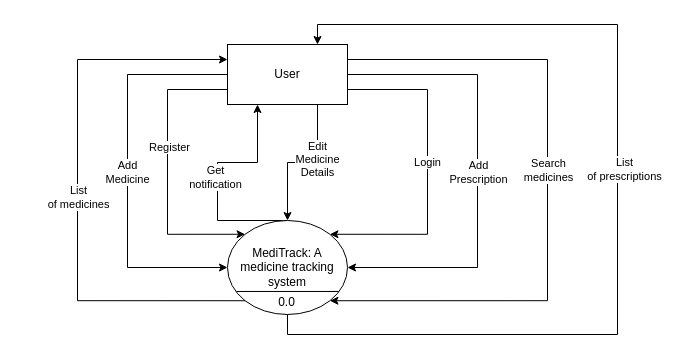
SJPatel123/CP-III keeps this draw.io diagram as DFD_Level-0_Diagram.drawio. Above is the earlier version. Source tidied: cells renumbered, new cells numbered last; positions are measured from the earlier drawing's top-left corner, leaving out a move shared by most shapes. Both pictures are drawn from the tidied source at 100%, with x=0, y=0 at pixel (77, 24).
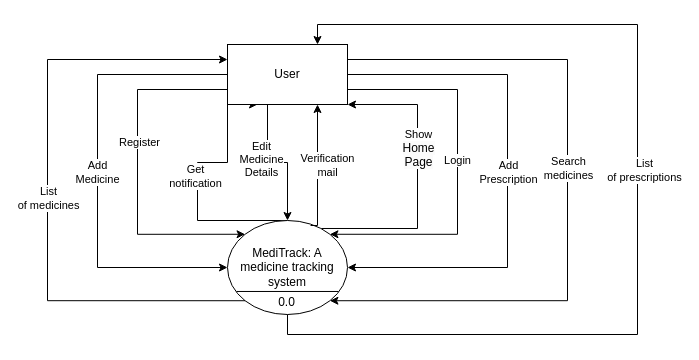
Above is the later version.

The change refers to these unchanged cells:
```xml
<mxCell id="4" value="MediTrack: A medicine tracking system" style="ellipse;whiteSpace=wrap;html=1;" parent="1" vertex="1">
  <mxGeometry x="150" y="196" width="120" height="94" as="geometry" />
</mxCell>
<mxCell id="19" value="User" style="rounded=0;whiteSpace=wrap;html=1;" parent="1" vertex="1">
  <mxGeometry x="150" y="20" width="120" height="60" as="geometry" />
</mxCell>
```

Diff of the diagram source:
```diff
@@
     <mxCell id="2" style="edgeStyle=orthogonalEdgeStyle;rounded=0;jettySize=auto;html=1;exitX=0.5;exitY=0;exitDx=0;exitDy=0;entryX=0.25;entryY=1;entryDx=0;entryDy=0;" parent="1" edge="1" source="4" target="19">
       <mxGeometry relative="1" as="geometry">
         <Array as="points">
-          <mxPoint x="140" y="196" />
-          <mxPoint x="140" y="138" />
-          <mxPoint x="180" y="138" />
+          <mxPoint x="120" y="196" />
+          <mxPoint x="120" y="138" />
+          <mxPoint x="150" y="138" />
         </Array>
       </mxGeometry>
     </mxCell>
@@
     <mxCell id="5" style="edgeStyle=orthogonalEdgeStyle;rounded=0;jettySize=auto;html=1;exitX=0;exitY=0.5;exitDx=0;exitDy=0;entryX=0;entryY=0.5;entryDx=0;entryDy=0;" parent="1" edge="1" source="19" target="4">
       <mxGeometry relative="1" as="geometry">
         <Array as="points">
-          <mxPoint x="50" y="50" />
-          <mxPoint x="50" y="243" />
+          <mxPoint x="20" y="50" />
+          <mxPoint x="20" y="243" />
         </Array>
       </mxGeometry>
     </mxCell>
@@
     <mxCell id="7" style="edgeStyle=orthogonalEdgeStyle;rounded=0;jettySize=auto;html=1;exitX=1;exitY=0.5;exitDx=0;exitDy=0;entryX=1;entryY=0.5;entryDx=0;entryDy=0;" parent="1" edge="1" source="19" target="4">
       <mxGeometry relative="1" as="geometry">
         <Array as="points">
-          <mxPoint x="400" y="50" />
-          <mxPoint x="400" y="243" />
+          <mxPoint x="430" y="50" />
+          <mxPoint x="430" y="243" />
         </Array>
       </mxGeometry>
     </mxCell>
@@
     <mxCell id="9" style="edgeStyle=orthogonalEdgeStyle;rounded=0;jettySize=auto;html=1;exitX=1;exitY=0.25;exitDx=0;exitDy=0;entryX=1;entryY=1;entryDx=0;entryDy=0;" parent="1" edge="1" source="19" target="4">
       <mxGeometry relative="1" as="geometry">
         <Array as="points">
-          <mxPoint x="470" y="35" />
-          <mxPoint x="470" y="276" />
+          <mxPoint x="490" y="35" />
+          <mxPoint x="490" y="276" />
         </Array>
       </mxGeometry>
     </mxCell>
@@
     <mxCell id="11" style="edgeStyle=orthogonalEdgeStyle;rounded=0;jettySize=auto;html=1;exitX=0;exitY=1;exitDx=0;exitDy=0;entryX=0;entryY=0.25;entryDx=0;entryDy=0;" parent="1" edge="1" source="4" target="19">
       <mxGeometry relative="1" as="geometry">
         <Array as="points">
-          <mxPoint y="276" />
-          <mxPoint y="35" />
+          <mxPoint x="-30" y="276" />
+          <mxPoint x="-30" y="35" />
         </Array>
       </mxGeometry>
     </mxCell>
@@
     <mxCell id="13" style="edgeStyle=orthogonalEdgeStyle;rounded=0;jettySize=auto;html=1;exitX=0.5;exitY=1;exitDx=0;exitDy=0;entryX=0.75;entryY=0;entryDx=0;entryDy=0;" parent="1" edge="1" source="4" target="19">
       <mxGeometry relative="1" as="geometry">
         <Array as="points">
           <mxPoint x="210" y="310" />
-          <mxPoint x="540" y="310" />
-          <mxPoint x="540" />
+          <mxPoint x="560" y="310" />
+          <mxPoint x="560" />
           <mxPoint x="240" />
         </Array>
       </mxGeometry>
     </mxCell>
@@
     <mxCell id="15" style="edgeStyle=orthogonalEdgeStyle;rounded=0;jettySize=auto;html=1;exitX=0;exitY=0.75;exitDx=0;exitDy=0;entryX=0;entryY=0;entryDx=0;entryDy=0;" parent="1" edge="1" source="19" target="4">
       <mxGeometry relative="1" as="geometry">
         <Array as="points">
-          <mxPoint x="90" y="65" />
-          <mxPoint x="90" y="210" />
+          <mxPoint x="60" y="65" />
+          <mxPoint x="60" y="210" />
         </Array>
       </mxGeometry>
     </mxCell>
@@
     <mxCell id="17" style="edgeStyle=orthogonalEdgeStyle;rounded=0;jettySize=auto;html=1;exitX=1;exitY=0.75;exitDx=0;exitDy=0;entryX=1;entryY=0;entryDx=0;entryDy=0;" parent="1" edge="1" source="19" target="4">
       <mxGeometry relative="1" as="geometry">
         <Array as="points">
-          <mxPoint x="350" y="65" />
-          <mxPoint x="350" y="210" />
+          <mxPoint x="380" y="65" />
+          <mxPoint x="380" y="210" />
         </Array>
       </mxGeometry>
     </mxCell>
@@
     <mxCell id="22" style="edgeStyle=orthogonalEdgeStyle;rounded=0;jettySize=auto;html=1;exitX=0.5;exitY=1;exitDx=0;exitDy=0;entryX=0.5;entryY=0;entryDx=0;entryDy=0;" parent="1" edge="1" source="19" target="4">
       <mxGeometry relative="1" as="geometry">
         <Array as="points">
-          <mxPoint x="240" y="80" />
-          <mxPoint x="240" y="138" />
+          <mxPoint x="190" y="80" />
+          <mxPoint x="190" y="138" />
           <mxPoint x="210" y="138" />
         </Array>
       </mxGeometry>
     </mxCell>
     <mxCell id="23" value="Edit&lt;br&gt;Medicine&lt;br&gt;Details" style="edgeLabel;html=1;align=center;verticalAlign=middle;" parent="22" vertex="1">
-      <mxGeometry x="-0.05" y="-1" relative="1" as="geometry" />
+      <mxGeometry x="-0.05" y="-1" relative="1" as="geometry">
+        <mxPoint x="-6" as="offset" />
+      </mxGeometry>
     </mxCell>
+    <mxCell id="24" style="edgeStyle=orthogonalEdgeStyle;rounded=0;jettySize=auto;html=1;exitX=0.783;exitY=0.085;exitDx=0;exitDy=0;entryX=1;entryY=1;entryDx=0;entryDy=0;exitPerimeter=0;" parent="1" edge="1" source="4" target="19">
+      <mxGeometry relative="1" as="geometry">
+        <Array as="points">
+          <mxPoint x="340" y="204" />
+          <mxPoint x="340" y="80" />
+        </Array>
+      </mxGeometry>
+    </mxCell>
+    <mxCell id="25" value="Show&lt;br style=&quot;border-color: var(--border-color); font-size: 12px; background-color: rgb(251, 251, 251);&quot;&gt;&lt;span style=&quot;font-size: 12px; background-color: rgb(251, 251, 251);&quot;&gt;Home&lt;/span&gt;&lt;br style=&quot;border-color: var(--border-color); font-size: 12px; background-color: rgb(251, 251, 251);&quot;&gt;&lt;span style=&quot;font-size: 12px; background-color: rgb(251, 251, 251);&quot;&gt;Page&lt;/span&gt;" style="edgeLabel;html=1;align=center;verticalAlign=middle;" parent="24" vertex="1">
+      <mxGeometry x="0.22" relative="1" as="geometry" />
+    </mxCell>
+    <mxCell id="26" style="edgeStyle=orthogonalEdgeStyle;rounded=0;jettySize=auto;html=1;exitX=0.692;exitY=0.053;exitDx=0;exitDy=0;entryX=0.75;entryY=1;entryDx=0;entryDy=0;exitPerimeter=0;" parent="1" edge="1" source="4" target="19">
+      <mxGeometry relative="1" as="geometry">
+        <Array as="points">
+          <mxPoint x="240" y="201" />
+        </Array>
+      </mxGeometry>
+    </mxCell>
+    <mxCell id="27" value="Verification&lt;br&gt;mail" style="edgeLabel;html=1;align=center;verticalAlign=middle;" parent="26" vertex="1">
+      <mxGeometry x="0.05" y="-1" relative="1" as="geometry">
+        <mxPoint x="8" as="offset" />
+      </mxGeometry>
+    </mxCell>
```
